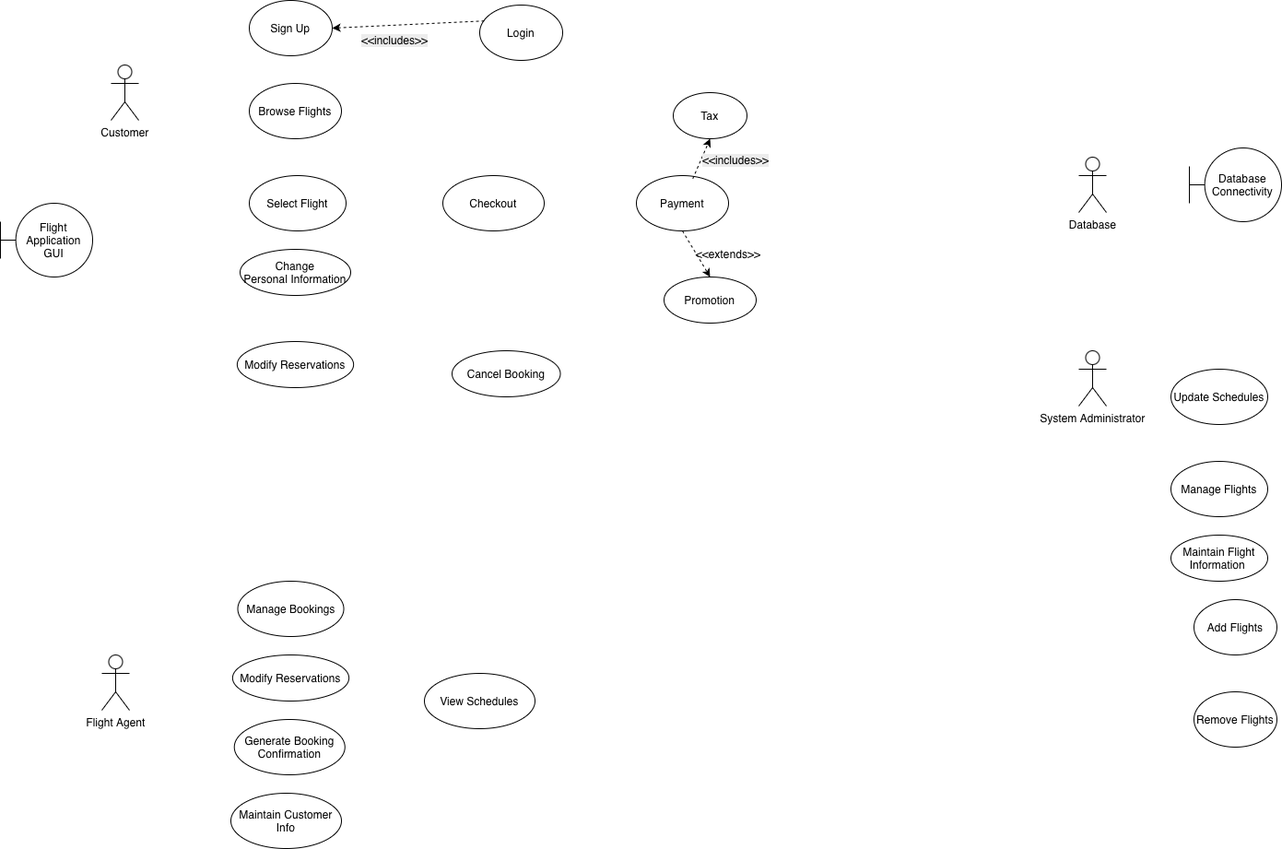
Before: SystemUseCaseDiagram.drawio.png, a diagram exported from draw.io (aditi-j25/Flight_Flow_Reservation_System). Source tidied: cells renumbered, new cells last; positions are measured from the earlier drawing's top-left corner, leaving out a move shared by most shapes.
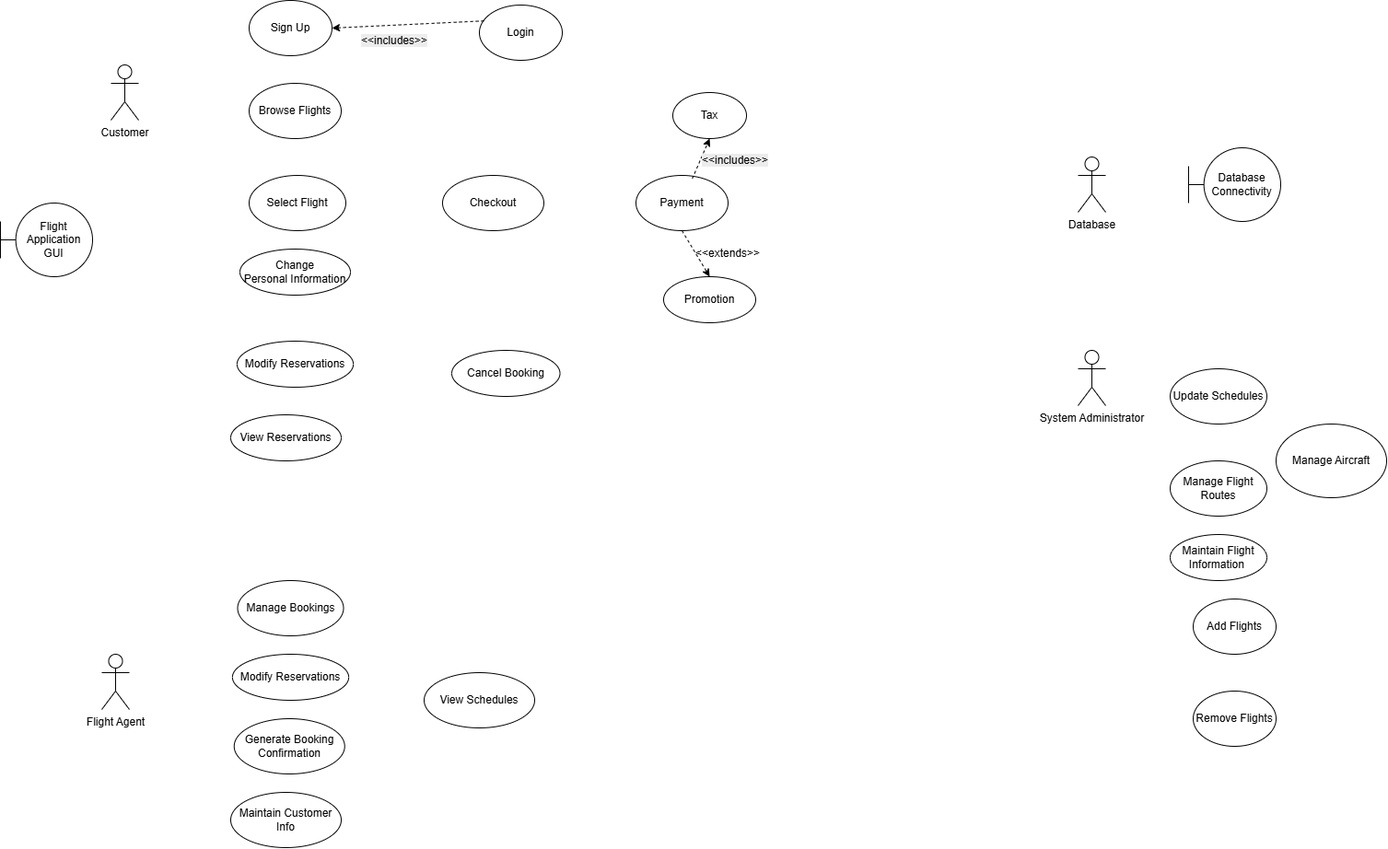
After the change.

Diff of the diagram source:
```diff
@@ -50,7 +50,7 @@
     <mxCell id="17" value="Flight Agent" style="shape=umlActor;verticalLabelPosition=bottom;verticalAlign=top;html=1;" parent="1" vertex="1">
       <mxGeometry x="110" y="710" width="30" height="60" as="geometry" />
     </mxCell>
-    <mxCell id="18" value="Manage Flights" style="ellipse;whiteSpace=wrap;html=1;" parent="1" vertex="1">
+    <mxCell id="18" value="Manage Flight Routes" style="ellipse;whiteSpace=wrap;html=1;" parent="1" vertex="1">
       <mxGeometry x="1270" y="500" width="105" height="60" as="geometry" />
     </mxCell>
     <mxCell id="19" value="Update Schedules" style="ellipse;whiteSpace=wrap;html=1;" parent="1" vertex="1">
@@ -101,5 +101,11 @@
     <mxCell id="34" value="Modify Reservations" style="ellipse;whiteSpace=wrap;html=1;" parent="1" vertex="1">
       <mxGeometry x="256.9" y="370" width="126.2" height="50" as="geometry" />
     </mxCell>
+    <mxCell id="35" value="View Reservations" style="ellipse;whiteSpace=wrap;html=1;" parent="1" vertex="1">
+      <mxGeometry x="250" y="450" width="120" height="50" as="geometry" />
+    </mxCell>
+    <mxCell id="36" value="Manage Aircraft" style="ellipse;whiteSpace=wrap;html=1;" parent="1" vertex="1">
+      <mxGeometry x="1385" y="460" width="120" height="80" as="geometry" />
+    </mxCell>
   </root>
 </mxGraphModel>
```
